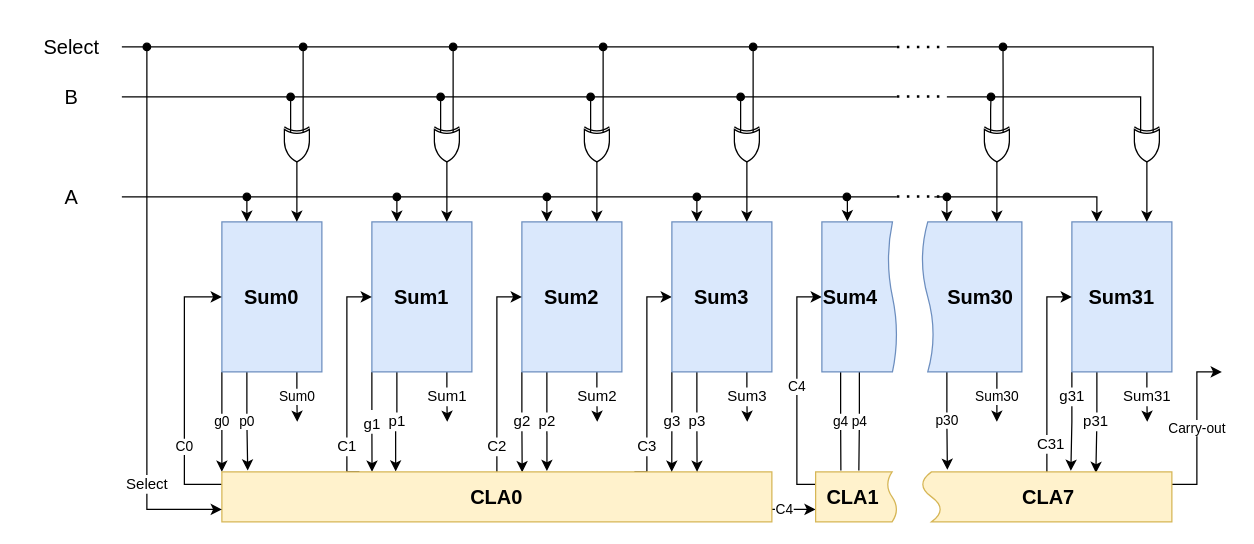
Before: Verilog/Adder_Subtractor/.drawio in GSXAM/LearningFPGA, a draw.io diagram. Source tidied: cells renumbered, new cells numbered last; positions are measured from the earlier drawing's top-left corner, leaving out a move shared by most shapes. Both pictures are drawn from the tidied source at 125%, with x=0, y=0 at pixel (21, 21).
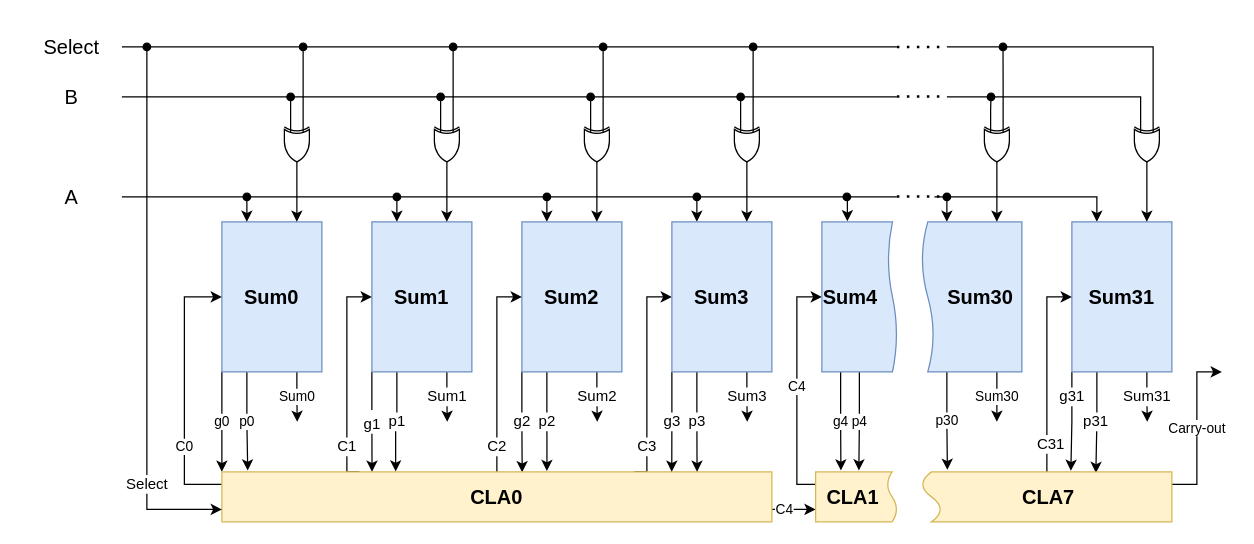
The same page after the edit.

Unchanged cells that the change refers to:
```xml
<mxCell id="63" value="&lt;b&gt;CLA1&lt;/b&gt;" style="shape=document;whiteSpace=wrap;html=1;boundedLbl=1;fontSize=16;direction=north;fillColor=#fff2cc;strokeColor=#d6b656;size=0.11764705882352941;" parent="1" vertex="1">
  <mxGeometry x="635" y="360" width="65" height="40" as="geometry" />
</mxCell>
<mxCell id="68" value="&lt;b&gt;Sum4&lt;/b&gt;" style="shape=document;whiteSpace=wrap;html=1;boundedLbl=1;fontSize=16;direction=north;fillColor=#dae8fc;strokeColor=#6c8ebf;size=0.11764705882352941;" parent="1" vertex="1">
  <mxGeometry x="640" y="160" width="60" height="120" as="geometry" />
</mxCell>
```

Diff of the diagram source:
```diff
@@
-    <mxCell id="65" value="g4" style="edgeStyle=orthogonalEdgeStyle;rounded=0;html=1;exitX=0;exitY=0.25;exitDx=0;exitDy=0;startArrow=none;startFill=0;endArrow=none;endFill=0;entryX=1.028;entryY=0.311;entryDx=0;entryDy=0;entryPerimeter=0;" parent="1" edge="1" source="68" target="63">
+    <mxCell id="65" value="g4" style="edgeStyle=orthogonalEdgeStyle;rounded=0;html=1;exitX=0;exitY=0.25;exitDx=0;exitDy=0;startArrow=none;startFill=0;endArrow=classic;endFill=1;entryX=1.028;entryY=0.311;entryDx=0;entryDy=0;entryPerimeter=0;" parent="1" edge="1" source="68" target="63">
       <mxGeometry relative="1" as="geometry" />
     </mxCell>
-    <mxCell id="66" value="p4" style="edgeStyle=orthogonalEdgeStyle;rounded=0;html=1;exitX=0;exitY=0.5;exitDx=0;exitDy=0;entryX=1.028;entryY=0.532;entryDx=0;entryDy=0;entryPerimeter=0;startArrow=none;startFill=0;endArrow=none;endFill=0;" parent="1" edge="1" source="68" target="63">
+    <mxCell id="66" value="p4" style="edgeStyle=orthogonalEdgeStyle;rounded=0;html=1;exitX=0;exitY=0.5;exitDx=0;exitDy=0;entryX=1.028;entryY=0.532;entryDx=0;entryDy=0;entryPerimeter=0;startArrow=none;startFill=0;endArrow=classic;endFill=1;" parent="1" edge="1" source="68" target="63">
       <mxGeometry relative="1" as="geometry" />
     </mxCell>
```
